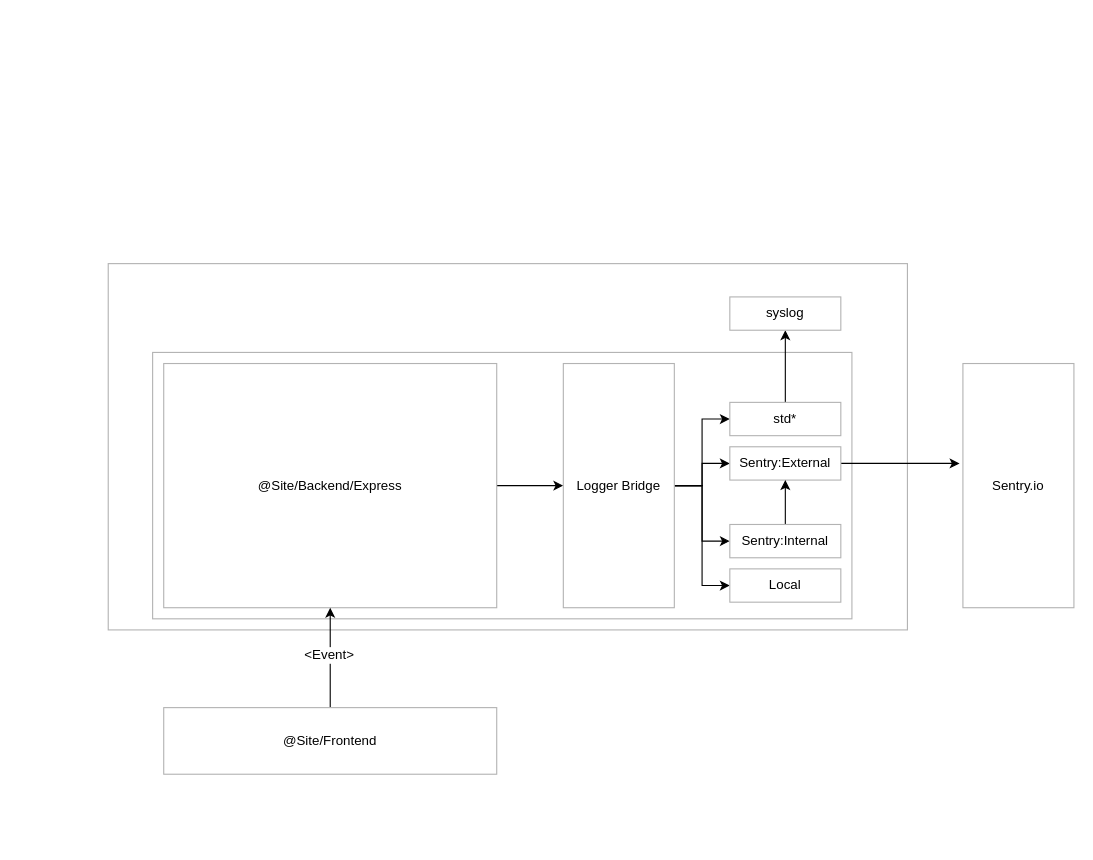
Above: tmp.drawio in ajile/draw-io (draw.io), before the change. Source tidied: cells renumbered, new cells numbered last; positions are measured from the earlier drawing's top-left corner, leaving out a move shared by most shapes. Both pictures are drawn from the tidied source at 111%, with x=0, y=0 at pixel (108, 263).
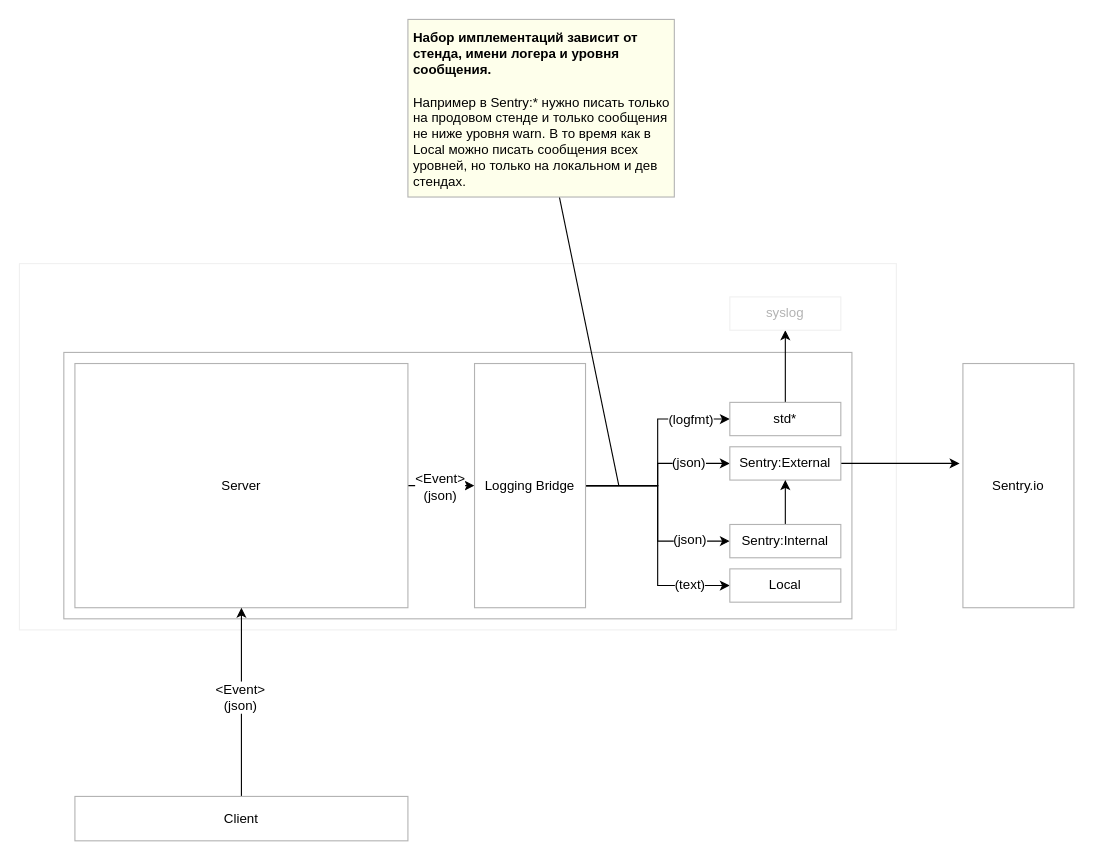
After the change.

The change refers to these unchanged cells:
```xml
<mxCell id="4" style="edgeStyle=orthogonalEdgeStyle;rounded=0;jettySize=auto;html=1;" parent="1" edge="1" source="5" target="13">
  <mxGeometry relative="1" as="geometry" />
</mxCell>
<mxCell id="6" style="edgeStyle=orthogonalEdgeStyle;rounded=0;jettySize=auto;html=1;entryX=0.5;entryY=1;entryDx=0;entryDy=0;" parent="1" edge="1" source="8" target="5">
  <mxGeometry relative="1" as="geometry" />
</mxCell>
<mxCell id="9" style="edgeStyle=orthogonalEdgeStyle;rounded=0;jettySize=auto;html=1;entryX=0;entryY=0.5;entryDx=0;entryDy=0;" parent="1" edge="1" source="13" target="15">
  <mxGeometry relative="1" as="geometry" />
</mxCell>
<mxCell id="10" style="edgeStyle=orthogonalEdgeStyle;rounded=0;jettySize=auto;html=1;entryX=0;entryY=0.5;entryDx=0;entryDy=0;" parent="1" edge="1" source="13" target="17">
  <mxGeometry relative="1" as="geometry" />
</mxCell>
<mxCell id="11" style="edgeStyle=orthogonalEdgeStyle;rounded=0;jettySize=auto;html=1;entryX=0;entryY=0.5;entryDx=0;entryDy=0;" parent="1" edge="1" source="13" target="19">
  <mxGeometry relative="1" as="geometry" />
</mxCell>
<mxCell id="12" style="edgeStyle=orthogonalEdgeStyle;rounded=0;jettySize=auto;html=1;entryX=0;entryY=0.5;entryDx=0;entryDy=0;" parent="1" edge="1" source="13" target="20">
  <mxGeometry relative="1" as="geometry" />
</mxCell>
```

The edit, as a diff of the source:
```diff
@@
-    <mxCell id="2" style="rounded=0;whiteSpace=wrap;html=1;strokeColor=#B3B3B3;" parent="1" vertex="1">
-      <mxGeometry width="720" height="330" as="geometry" />
+    <mxCell id="2" style="rounded=0;whiteSpace=wrap;html=1;strokeColor=#F0F0F0;" parent="1" vertex="1">
+      <mxGeometry x="-80" width="790" height="330" as="geometry" />
     </mxCell>
     <mxCell id="3" style="rounded=0;whiteSpace=wrap;html=1;strokeColor=#B3B3B3;" parent="1" vertex="1">
-      <mxGeometry x="40" y="80" width="630" height="240" as="geometry" />
+      <mxGeometry x="-40" y="80" width="710" height="240" as="geometry" />
     </mxCell>
@@
+    <mxCell id="23" value="&amp;lt;Event&amp;gt;&lt;br&gt;(json)" style="text;html=1;align=center;verticalAlign=middle;labelBackgroundColor=#ffffff;" parent="4" vertex="1">
+      <mxGeometry x="-0.07" relative="1" as="geometry" />
+    </mxCell>
-    <mxCell id="5" value="@Site/Backend/Express&lt;br&gt;" style="rounded=0;whiteSpace=wrap;html=1;strokeColor=#B3B3B3;" parent="1" vertex="1">
-      <mxGeometry x="50" y="90" width="300" height="220" as="geometry" />
+    <mxCell id="5" value="Server" style="rounded=0;whiteSpace=wrap;html=1;strokeColor=#B3B3B3;" parent="1" vertex="1">
+      <mxGeometry x="-30" y="90" width="300" height="220" as="geometry" />
     </mxCell>
@@
-    <mxCell id="7" value="&amp;lt;Event&amp;gt;" style="text;html=1;align=center;verticalAlign=middle;labelBackgroundColor=#ffffff;" parent="6" vertex="1">
+    <mxCell id="7" value="&amp;lt;Event&amp;gt;&lt;br&gt;(json)&lt;br&gt;" style="text;html=1;align=center;verticalAlign=middle;labelBackgroundColor=#ffffff;" parent="6" vertex="1">
       <mxGeometry x="0.06" y="2" relative="1" as="geometry" />
     </mxCell>
-    <mxCell id="8" value="@Site/Frontend" style="rounded=0;whiteSpace=wrap;html=1;strokeColor=#B3B3B3;" parent="1" vertex="1">
-      <mxGeometry x="50" y="400" width="300" height="60" as="geometry" />
+    <mxCell id="8" value="Client" style="rounded=0;whiteSpace=wrap;html=1;strokeColor=#B3B3B3;" parent="1" vertex="1">
+      <mxGeometry x="-30" y="480" width="300" height="40" as="geometry" />
     </mxCell>
@@
+    <mxCell id="24" value="(logfmt)" style="text;html=1;align=center;verticalAlign=middle;labelBackgroundColor=#ffffff;" parent="9" vertex="1">
+      <mxGeometry x="0.57" y="-1" relative="1" as="geometry">
+        <mxPoint x="5" y="-1" as="offset" />
+      </mxGeometry>
+    </mxCell>
@@
+    <mxCell id="25" value="(json)" style="text;html=1;align=center;verticalAlign=middle;labelBackgroundColor=#ffffff;" parent="10" vertex="1">
+      <mxGeometry x="0.49" y="-1" relative="1" as="geometry">
+        <mxPoint y="-2" as="offset" />
+      </mxGeometry>
+    </mxCell>
@@
+    <mxCell id="26" value="(json)" style="text;html=1;align=center;verticalAlign=middle;labelBackgroundColor=#ffffff;" parent="11" vertex="1">
+      <mxGeometry x="0.53" y="3" relative="1" as="geometry">
+        <mxPoint x="5" y="1" as="offset" />
+      </mxGeometry>
+    </mxCell>
@@
+    <mxCell id="27" value="(text)" style="text;html=1;align=center;verticalAlign=middle;labelBackgroundColor=#ffffff;" parent="12" vertex="1">
+      <mxGeometry x="0.7" y="-2" relative="1" as="geometry">
+        <mxPoint x="-4" y="-3" as="offset" />
+      </mxGeometry>
+    </mxCell>
-    <mxCell id="13" value="Logger Bridge&lt;br&gt;" style="rounded=0;whiteSpace=wrap;html=1;strokeColor=#B3B3B3;" parent="1" vertex="1">
-      <mxGeometry x="410" y="90" width="100" height="220" as="geometry" />
+    <mxCell id="13" value="Logging Bridge&lt;br&gt;" style="rounded=0;whiteSpace=wrap;html=1;strokeColor=#B3B3B3;" parent="1" vertex="1">
+      <mxGeometry x="330" y="90" width="100" height="220" as="geometry" />
     </mxCell>
@@
-    <mxCell id="21" value="syslog" style="rounded=0;whiteSpace=wrap;html=1;strokeColor=#B3B3B3;" parent="1" vertex="1">
+    <mxCell id="21" value="syslog" style="rounded=0;whiteSpace=wrap;html=1;strokeColor=#F0F0F0;fontColor=#B3B3B3;" parent="1" vertex="1">
       <mxGeometry x="560" y="30" width="100" height="30" as="geometry" />
     </mxCell>
@@
+    <mxCell id="28" parent="0" />
+    <mxCell id="29" style="edgeStyle=none;rounded=0;jettySize=auto;html=1;endArrow=none;endFill=0;" parent="28" edge="1" source="30">
+      <mxGeometry relative="1" as="geometry">
+        <mxPoint x="460" y="200" as="targetPoint" />
+      </mxGeometry>
+    </mxCell>
+    <mxCell id="30" value="&lt;b&gt;Набор имплементаций зависит от стенда, имени логера и уровня сообщения.&lt;/b&gt;&lt;br&gt;&lt;br&gt;Например в&amp;nbsp;Sentry:* нужно писать только на продовом стенде и только сообщения не ниже уровня&amp;nbsp;warn. В то время как в Local можно писать сообщения всех уровней, но только на локальном и дев стендах.&lt;br&gt;" style="text;html=1;strokeColor=#B3B3B3;fillColor=#FEFFEB;align=left;verticalAlign=top;whiteSpace=wrap;rounded=0;spacing=5;" parent="28" vertex="1">
+      <mxGeometry x="270" y="-220" width="240" height="160" as="geometry" />
+    </mxCell>
```
